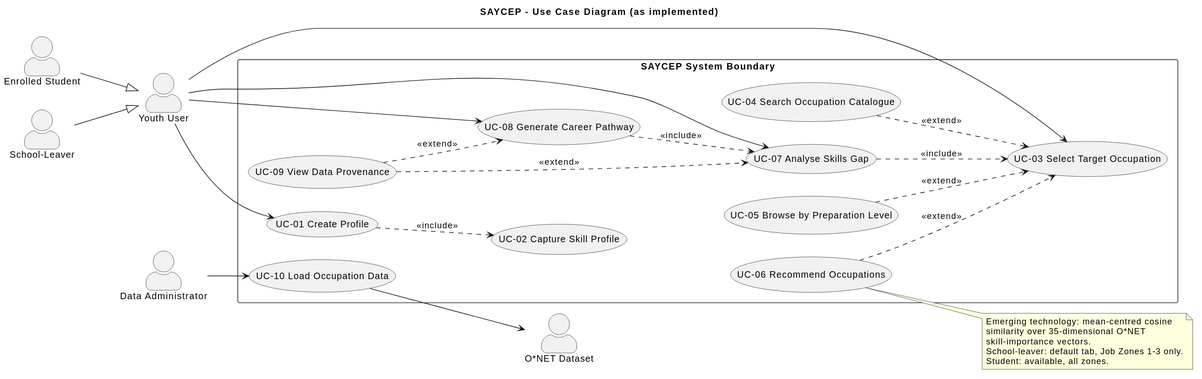
Above: docs/uml/a3/02-use-case.svg in ShogunLSG/SAYCEP (PlantUML), before the change.
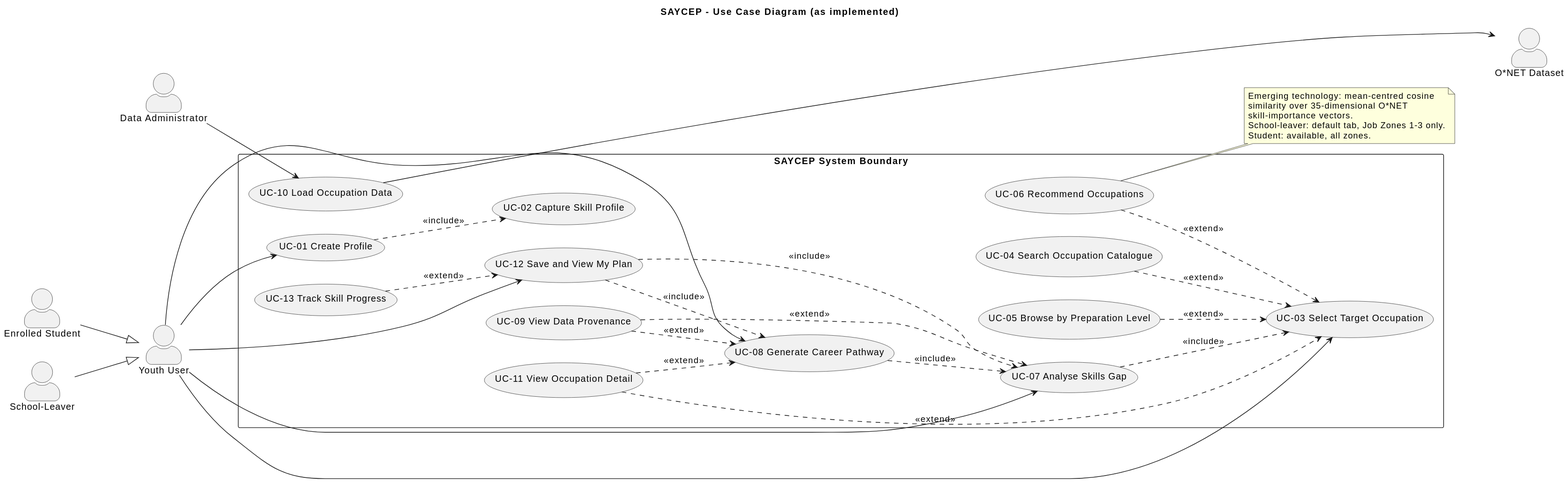
After the commit.

What changed in the source:
```diff
@@ -24,12 +24,16 @@
   usecase "UC-08 Generate Career Pathway" as UC8
   usecase "UC-09 View Data Provenance" as UC9
   usecase "UC-10 Load Occupation Data" as UC10
+  usecase "UC-11 View Occupation Detail" as UC11
+  usecase "UC-12 Save and View My Plan" as UC12
+  usecase "UC-13 Track Skill Progress" as UC13
 }
 
 User --> UC1
 User --> UC3
 User --> UC7
 User --> UC8
+User --> UC12
 Admin --> UC10
 
 UC1 ..> UC2 : <<include>>
@@ -40,8 +44,15 @@
 UC8 ..> UC7 : <<include>>
 UC9 ..> UC7 : <<extend>>
 UC9 ..> UC8 : <<extend>>
+UC11 ..> UC3 : <<extend>>
+UC11 ..> UC8 : <<extend>>
+UC12 ..> UC7 : <<include>>
+UC12 ..> UC8 : <<include>>
+UC13 ..> UC12 : <<extend>>
 
 UC10 --> ONET
+UC6 -[hidden]-> ONET
+UC3 -[hidden]-> ONET
 
 note right of UC6
   Emerging technology: mean-centred cosine
```
